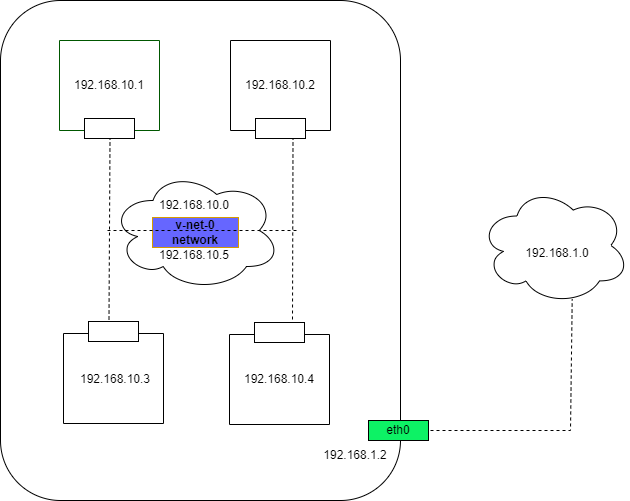
Earlier version of the draw.io export v-net-basics.png (pyvivid/diagrams). Source tidied: cells renumbered, new cells last; positions are measured from the earlier drawing's top-left corner, leaving out a move shared by most shapes. Source of this version:
```xml
<mxGraphModel>
  <root>
    <mxCell id="0" />
    <mxCell id="1" parent="0" />
    <mxCell id="2" style="rounded=1;whiteSpace=wrap;html=1;" parent="1" vertex="1">
      <mxGeometry width="400" height="500" as="geometry" />
    </mxCell>
    <mxCell id="3" style="swimlane;startSize=0;fillColor=#008a00;strokeColor=#005700;fontColor=#ffffff;" parent="1" vertex="1">
      <mxGeometry x="59" y="40" width="100" height="90" as="geometry" />
    </mxCell>
    <mxCell id="4" style="rounded=0;whiteSpace=wrap;html=1;" parent="1" vertex="1">
      <mxGeometry x="84" y="118" width="50" height="20" as="geometry" />
    </mxCell>
    <mxCell id="5" style="swimlane;startSize=0;" parent="1" vertex="1">
      <mxGeometry x="230" y="40" width="100" height="90" as="geometry" />
    </mxCell>
    <mxCell id="6" value="192.168.10.2" style="text;html=1;strokeColor=none;fillColor=none;align=center;verticalAlign=middle;whiteSpace=wrap;rounded=0;" parent="5" vertex="1">
      <mxGeometry x="7" y="30" width="86" height="30" as="geometry" />
    </mxCell>
    <mxCell id="7" style="rounded=0;whiteSpace=wrap;html=1;" parent="1" vertex="1">
      <mxGeometry x="255" y="118" width="50" height="20" as="geometry" />
    </mxCell>
    <mxCell id="8" style="swimlane;startSize=0;" parent="1" vertex="1">
      <mxGeometry x="229" y="334" width="100" height="90" as="geometry" />
    </mxCell>
    <mxCell id="9" style="rounded=0;whiteSpace=wrap;html=1;" parent="1" vertex="1">
      <mxGeometry x="254" y="322" width="50" height="20" as="geometry" />
    </mxCell>
    <mxCell id="10" style="swimlane;startSize=0;" parent="1" vertex="1">
      <mxGeometry x="63" y="333" width="100" height="90" as="geometry" />
    </mxCell>
    <mxCell id="11" value="192.168.10.3" style="text;html=1;strokeColor=none;fillColor=none;align=center;verticalAlign=middle;whiteSpace=wrap;rounded=0;" parent="10" vertex="1">
      <mxGeometry x="9" y="31" width="86" height="30" as="geometry" />
    </mxCell>
    <mxCell id="12" style="rounded=0;whiteSpace=wrap;html=1;" parent="1" vertex="1">
      <mxGeometry x="88" y="321" width="50" height="20" as="geometry" />
    </mxCell>
    <mxCell id="13" value="192.168.10.1" style="text;html=1;strokeColor=none;fillColor=none;align=center;verticalAlign=middle;whiteSpace=wrap;rounded=0;" parent="1" vertex="1">
      <mxGeometry x="66" y="70" width="86" height="30" as="geometry" />
    </mxCell>
    <mxCell id="14" value="192.168.10.4" style="text;html=1;strokeColor=none;fillColor=none;align=center;verticalAlign=middle;whiteSpace=wrap;rounded=0;" parent="1" vertex="1">
      <mxGeometry x="236" y="364" width="86" height="30" as="geometry" />
    </mxCell>
    <mxCell id="15" style="ellipse;shape=cloud;whiteSpace=wrap;html=1;" parent="1" vertex="1">
      <mxGeometry x="110" y="170" width="170" height="120" as="geometry" />
    </mxCell>
    <mxCell id="16" value="192.168.10.0" style="text;html=1;strokeColor=none;fillColor=none;align=center;verticalAlign=middle;whiteSpace=wrap;rounded=0;" parent="1" vertex="1">
      <mxGeometry x="151" y="190" width="86" height="30" as="geometry" />
    </mxCell>
    <mxCell id="17" value="192.168.10.5" style="text;html=1;strokeColor=none;fillColor=none;align=center;verticalAlign=middle;whiteSpace=wrap;rounded=0;" parent="1" vertex="1">
      <mxGeometry x="151" y="240" width="86" height="30" as="geometry" />
    </mxCell>
    <mxCell id="18" style="endArrow=none;dashed=1;html=1;rounded=0;entryX=0.75;entryY=1;entryDx=0;entryDy=0;" parent="1" edge="1" target="7">
      <mxGeometry relative="1" as="geometry">
        <mxPoint x="292" y="319" as="sourcePoint" />
      </mxGeometry>
    </mxCell>
    <mxCell id="19" value="&lt;b&gt;v-net-0 network&lt;/b&gt;" style="text;html=1;strokeColor=#d79b00;fillColor=#6666FF;align=center;verticalAlign=middle;whiteSpace=wrap;rounded=0;" parent="1" vertex="1">
      <mxGeometry x="152" y="217" width="86" height="30" as="geometry" />
    </mxCell>
    <mxCell id="20" style="endArrow=none;dashed=1;html=1;rounded=0;" parent="1" edge="1">
      <mxGeometry relative="1" as="geometry">
        <mxPoint x="107" y="230" as="sourcePoint" />
        <mxPoint x="297" y="230" as="targetPoint" />
      </mxGeometry>
    </mxCell>
    <mxCell id="21" style="endArrow=none;dashed=1;html=1;rounded=0;entryX=0.75;entryY=1;entryDx=0;entryDy=0;" parent="1" edge="1">
      <mxGeometry relative="1" as="geometry">
        <mxPoint x="108.5" y="319" as="sourcePoint" />
        <mxPoint x="109.5" y="138" as="targetPoint" />
      </mxGeometry>
    </mxCell>
    <mxCell id="22" value="eth0" style="rounded=0;whiteSpace=wrap;html=1;fillColor=#0df265;" parent="1" vertex="1">
      <mxGeometry x="368" y="420" width="60" height="20" as="geometry" />
    </mxCell>
    <mxCell id="23" style="ellipse;shape=cloud;whiteSpace=wrap;html=1;" parent="1" vertex="1">
      <mxGeometry x="479" y="186" width="150" height="118" as="geometry" />
    </mxCell>
    <mxCell id="24" style="endArrow=none;dashed=1;html=1;rounded=0;entryX=0.618;entryY=0.955;entryDx=0;entryDy=0;entryPerimeter=0;" parent="1" edge="1" target="23">
      <mxGeometry relative="1" as="geometry">
        <mxPoint x="430" y="430" as="sourcePoint" />
        <Array as="points">
          <mxPoint x="570" y="430" />
        </Array>
      </mxGeometry>
    </mxCell>
    <mxCell id="25" value="192.168.1.0" style="text;html=1;strokeColor=none;fillColor=none;align=center;verticalAlign=middle;whiteSpace=wrap;rounded=0;" parent="1" vertex="1">
      <mxGeometry x="514" y="238" width="86" height="30" as="geometry" />
    </mxCell>
    <mxCell id="26" value="192.168.1.2" style="text;html=1;strokeColor=none;fillColor=none;align=center;verticalAlign=middle;whiteSpace=wrap;rounded=0;" parent="1" vertex="1">
      <mxGeometry x="312" y="440" width="86" height="30" as="geometry" />
    </mxCell>
  </root>
</mxGraphModel>
```
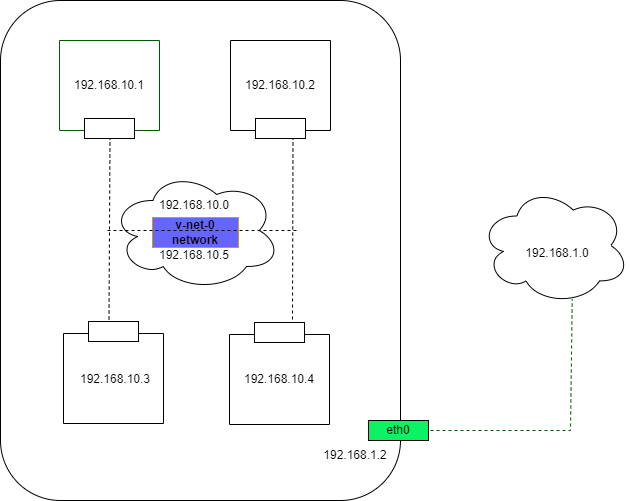
Later version of the same file.

What changed in the source:
```diff
@@ -76,7 +76,7 @@
     <mxCell id="23" style="ellipse;shape=cloud;whiteSpace=wrap;html=1;" parent="1" vertex="1">
       <mxGeometry x="479" y="186" width="150" height="118" as="geometry" />
     </mxCell>
-    <mxCell id="24" style="endArrow=none;dashed=1;html=1;rounded=0;entryX=0.618;entryY=0.955;entryDx=0;entryDy=0;entryPerimeter=0;" parent="1" edge="1" target="23">
+    <mxCell id="24" style="endArrow=none;dashed=1;html=1;rounded=0;entryX=0.618;entryY=0.955;entryDx=0;entryDy=0;entryPerimeter=0;fillColor=#008a00;strokeColor=#005700;" parent="1" edge="1" target="23">
       <mxGeometry relative="1" as="geometry">
         <mxPoint x="430" y="430" as="sourcePoint" />
         <Array as="points">
```
